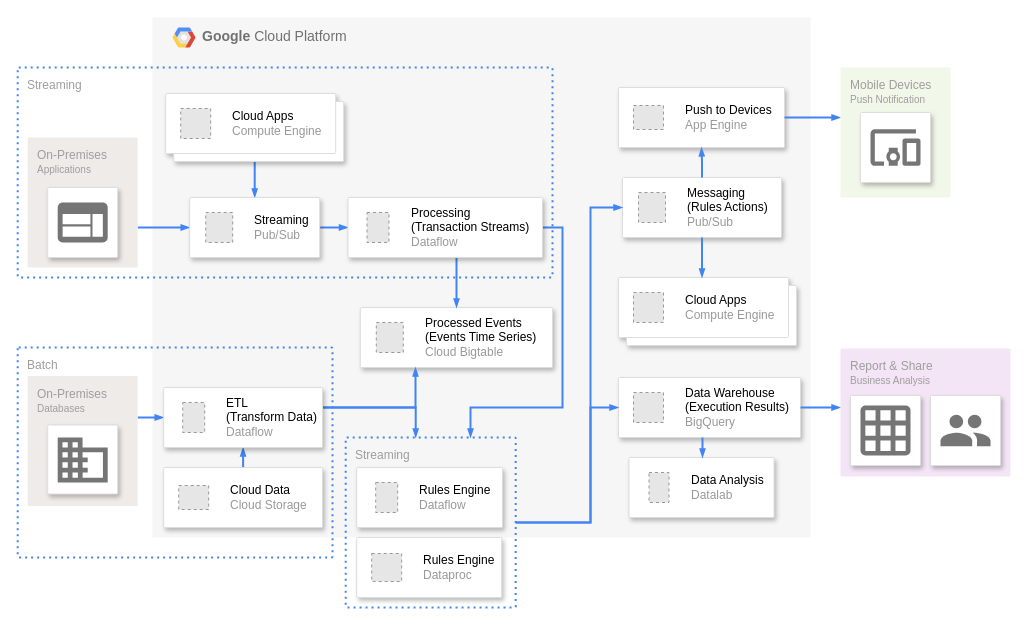
Above: Untitled Diagram.drawio in HikariReiziq/ERD_Database-System (draw.io), before the change. Source tidied: cells renumbered, new cells numbered last; positions are measured from the earlier drawing's top-left corner, leaving out a move shared by most shapes. Both pictures are drawn from the tidied source at 100%, with x=0, y=0 at pixel (17, 17). Pictures stored in the file or linked from it are replaced by grey dashed boxes.
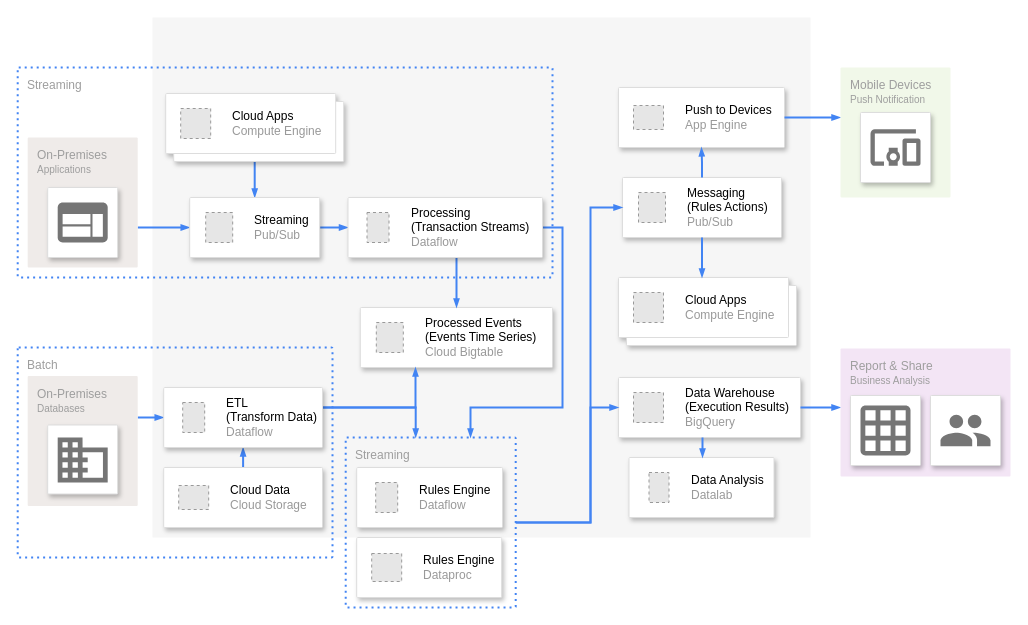
The same page after the edit.

The edit, as a diff of the source:
```diff
@@
-    <mxCell id="2" value="&lt;b&gt;Google &lt;/b&gt;Cloud Platform" style="fillColor=#F6F6F6;strokeColor=none;shadow=0;gradientColor=none;fontSize=14;align=left;spacing=10;fontColor=#717171;9E9E9E;verticalAlign=top;spacingTop=-4;fontStyle=0;spacingLeft=40;html=1;" parent="1" vertex="1">
+    <mxCell id="2" style="fillColor=#F6F6F6;strokeColor=none;shadow=0;gradientColor=none;fontSize=14;align=left;spacing=10;fontColor=#717171;9E9E9E;verticalAlign=top;spacingTop=-4;fontStyle=0;spacingLeft=40;html=1;" parent="1" vertex="1">
       <mxGeometry x="135" width="658" height="520" as="geometry" />
     </mxCell>
-    <mxCell id="3" style="shape=mxgraph.gcp2.google_cloud_platform;fillColor=#F6F6F6;strokeColor=none;shadow=0;gradientColor=none;" parent="2" vertex="1">
-      <mxGeometry width="23" height="20" relative="1" as="geometry">
-        <mxPoint x="20" y="10" as="offset" />
-      </mxGeometry>
-    </mxCell>
```
